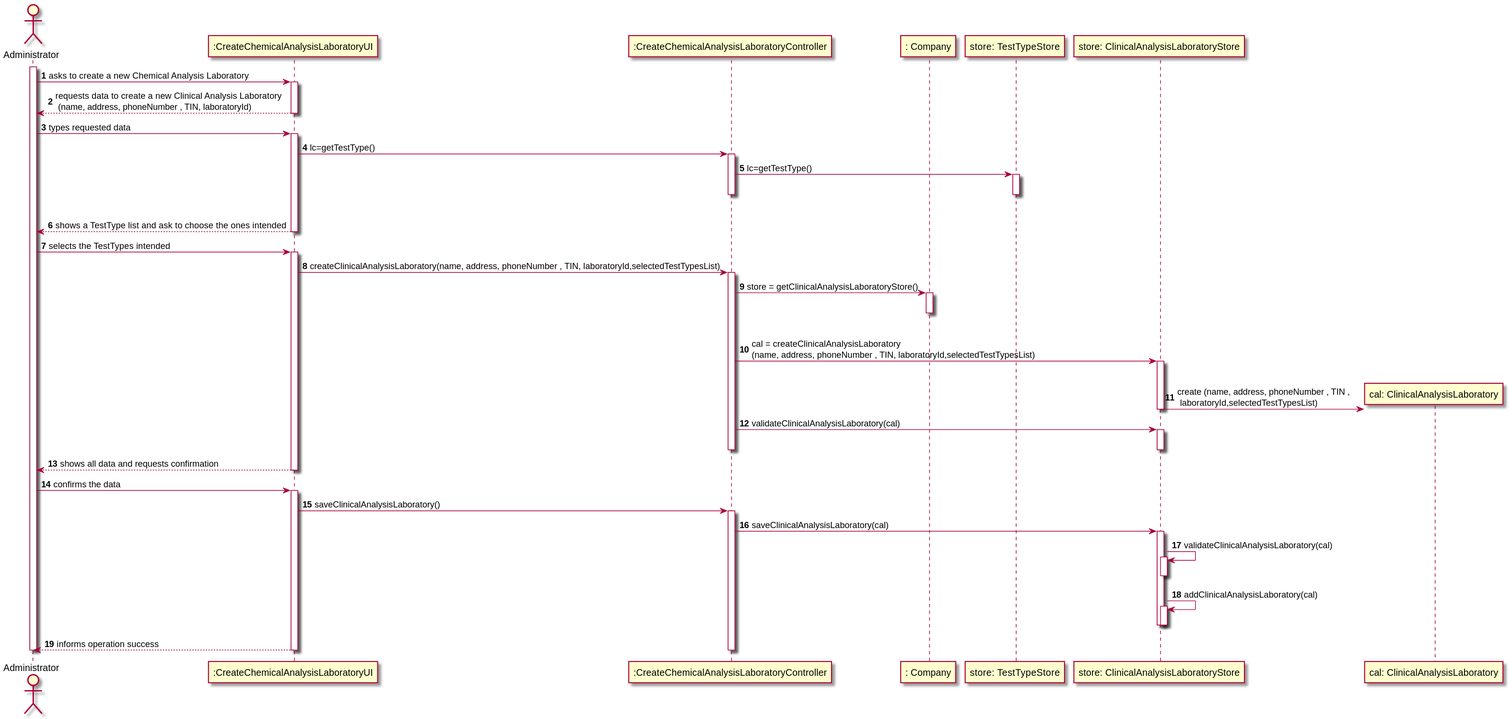
Before: docs/SprintB/US08/US08_SD.svg, a diagram exported from PlantUML (manu-07-ela/LAPR2_ISEP). Source of this version:
```plantuml
@startuml
autonumber
actor "Administrator" as ADM

participant ":CreateChemicalAnalysisLaboratoryUI" as UI
participant ":CreateChemicalAnalysisLaboratoryController" as CTRL
participant ": Company" as Comp
participant "store: TestTypeStore" as TTS
participant "store: ClinicalAnalysisLaboratoryStore" as CALS
participant "cal: ClinicalAnalysisLaboratory" as CAL

activate ADM
ADM -> UI : asks to create a new Chemical Analysis Laboratory
activate UI
UI --> ADM : requests data to create a new Clinical Analysis Laboratory \n (name, address, phoneNumber , TIN, laboratoryId)
deactivate UI

ADM -> UI : types requested data
activate UI

UI -> CTRL : lc=getTestType()
activate CTRL

CTRL -> TTS : lc=getTestType()
activate TTS
|||
deactivate TTS
deactivate CTRL

UI --> ADM : shows a TestType list and ask to choose the ones intended
deactivate UI

ADM -> UI : selects the TestTypes intended
activate UI

UI -> CTRL : createClinicalAnalysisLaboratory(name, address, phoneNumber , TIN, laboratoryId,selectedTestTypesList)
activate CTRL

CTRL -> Comp : store = getClinicalAnalysisLaboratoryStore()
activate Comp
|||
deactivate Comp

CTRL -> CALS: cal = createClinicalAnalysisLaboratory\n(name, address, phoneNumber , TIN, laboratoryId,selectedTestTypesList)
activate CALS
|||
CALS -> CAL**: create (name, address, phoneNumber , TIN ,\n laboratoryId,selectedTestTypesList)
deactivate CALS
CTRL -> CALS : validateClinicalAnalysisLaboratory(cal)
activate CALS
deactivate CALS
deactivate CTRL

UI --> ADM: shows all data and requests confirmation
deactivate CTRL
deactivate UI

ADM -> UI : confirms the data
activate UI
UI -> CTRL : saveClinicalAnalysisLaboratory()
activate CTRL

CTRL -> CALS : saveClinicalAnalysisLaboratory(cal)
activate CALS

CALS -> CALS: validateClinicalAnalysisLaboratory(cal)
activate CALS
deactivate CALS
CALS -> CALS: addClinicalAnalysisLaboratory(cal)
activate CALS
deactivate CALS
deactivate CALS

UI --> ADM : informs operation success
deactivate CTRL
deactivate UI

deactivate ADM

@enduml
```
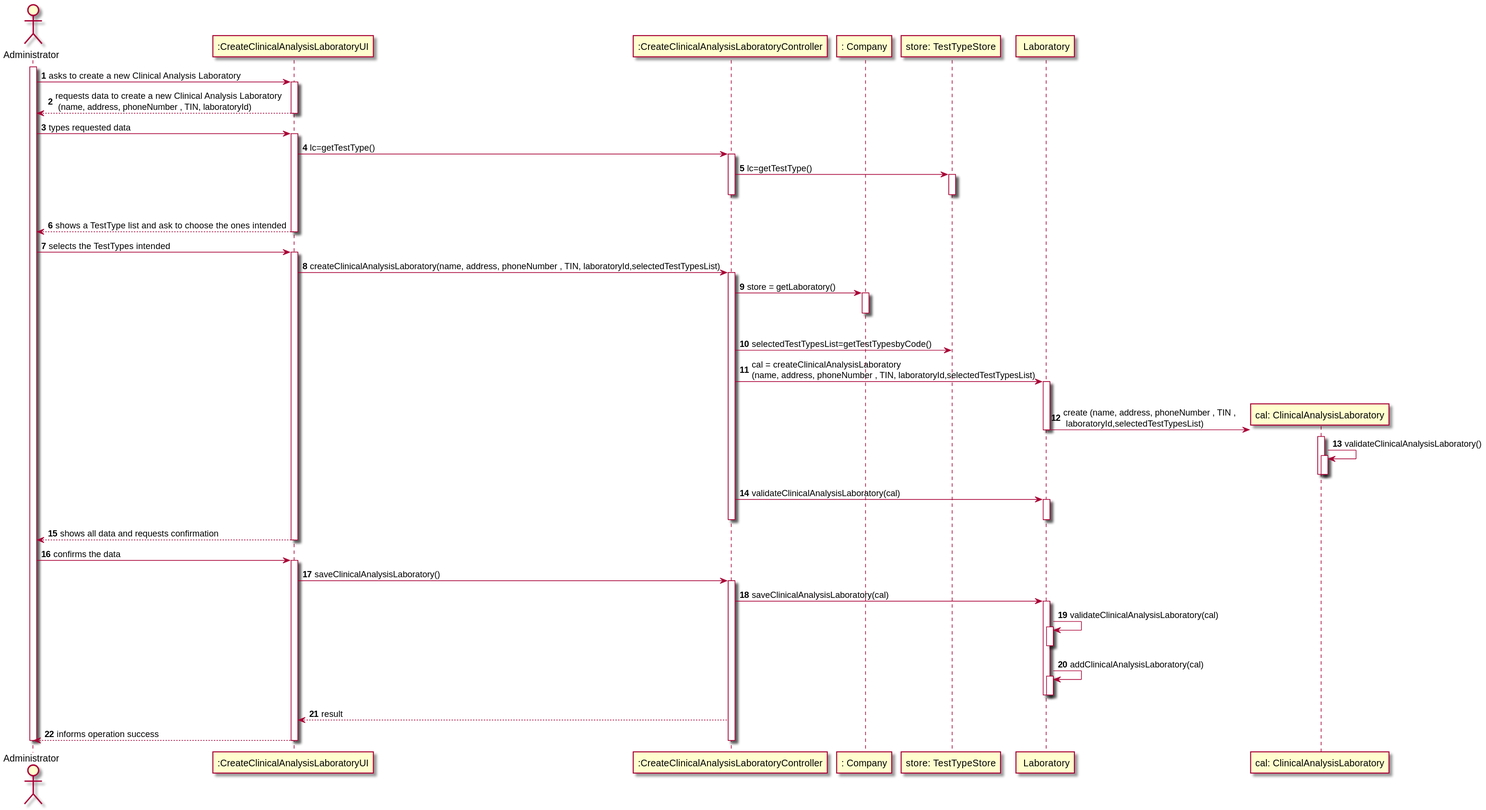
Above is the later version.

The edit, as a diff of the source:
```diff
@@ -2,15 +2,15 @@
 autonumber
 actor "Administrator" as ADM
 
-participant ":CreateChemicalAnalysisLaboratoryUI" as UI
-participant ":CreateChemicalAnalysisLaboratoryController" as CTRL
+participant ":CreateClinicalAnalysisLaboratoryUI" as UI
+participant ":CreateClinicalAnalysisLaboratoryController" as CTRL
 participant ": Company" as Comp
 participant "store: TestTypeStore" as TTS
-participant "store: ClinicalAnalysisLaboratoryStore" as CALS
+participant " Laboratory" as LAB
 participant "cal: ClinicalAnalysisLaboratory" as CAL
 
 activate ADM
-ADM -> UI : asks to create a new Chemical Analysis Laboratory
+ADM -> UI : asks to create a new Clinical Analysis Laboratory
 activate UI
 UI --> ADM : requests data to create a new Clinical Analysis Laboratory \n (name, address, phoneNumber , TIN, laboratoryId)
 deactivate UI
@@ -36,19 +36,28 @@
 UI -> CTRL : createClinicalAnalysisLaboratory(name, address, phoneNumber , TIN, laboratoryId,selectedTestTypesList)
 activate CTRL
 
-CTRL -> Comp : store = getClinicalAnalysisLaboratoryStore()
+CTRL -> Comp : store = getLaboratory()
 activate Comp
 |||
 deactivate Comp
 
-CTRL -> CALS: cal = createClinicalAnalysisLaboratory\n(name, address, phoneNumber , TIN, laboratoryId,selectedTestTypesList)
-activate CALS
+CTRL -> TTS : selectedTestTypesList=getTestTypesbyCode()
+
+CTRL -> LAB: cal = createClinicalAnalysisLaboratory\n(name, address, phoneNumber , TIN, laboratoryId,selectedTestTypesList)
+activate LAB
 |||
-CALS -> CAL**: create (name, address, phoneNumber , TIN ,\n laboratoryId,selectedTestTypesList)
-deactivate CALS
-CTRL -> CALS : validateClinicalAnalysisLaboratory(cal)
-activate CALS
-deactivate CALS
+LAB -> CAL**: create (name, address, phoneNumber , TIN ,\n laboratoryId,selectedTestTypesList)
+deactivate LAB
+
+activate CAL
+CAL -> CAL: validateClinicalAnalysisLaboratory()
+activate CAL
+deactivate CAL
+deactivate CAL
+
+CTRL -> LAB : validateClinicalAnalysisLaboratory(cal)
+activate LAB
+deactivate LAB
 deactivate CTRL
 
 UI --> ADM: shows all data and requests confirmation
@@ -60,16 +69,18 @@
 UI -> CTRL : saveClinicalAnalysisLaboratory()
 activate CTRL
 
-CTRL -> CALS : saveClinicalAnalysisLaboratory(cal)
-activate CALS
+CTRL -> LAB : saveClinicalAnalysisLaboratory(cal)
+activate LAB
 
-CALS -> CALS: validateClinicalAnalysisLaboratory(cal)
-activate CALS
-deactivate CALS
-CALS -> CALS: addClinicalAnalysisLaboratory(cal)
-activate CALS
-deactivate CALS
-deactivate CALS
+LAB -> LAB: validateClinicalAnalysisLaboratory(cal)
+activate LAB
+deactivate LAB
+LAB -> LAB: addClinicalAnalysisLaboratory(cal)
+activate LAB
+deactivate LAB
+deactivate LAB
+
+CTRL --> UI : result
 
 UI --> ADM : informs operation success
 deactivate CTRL
```
